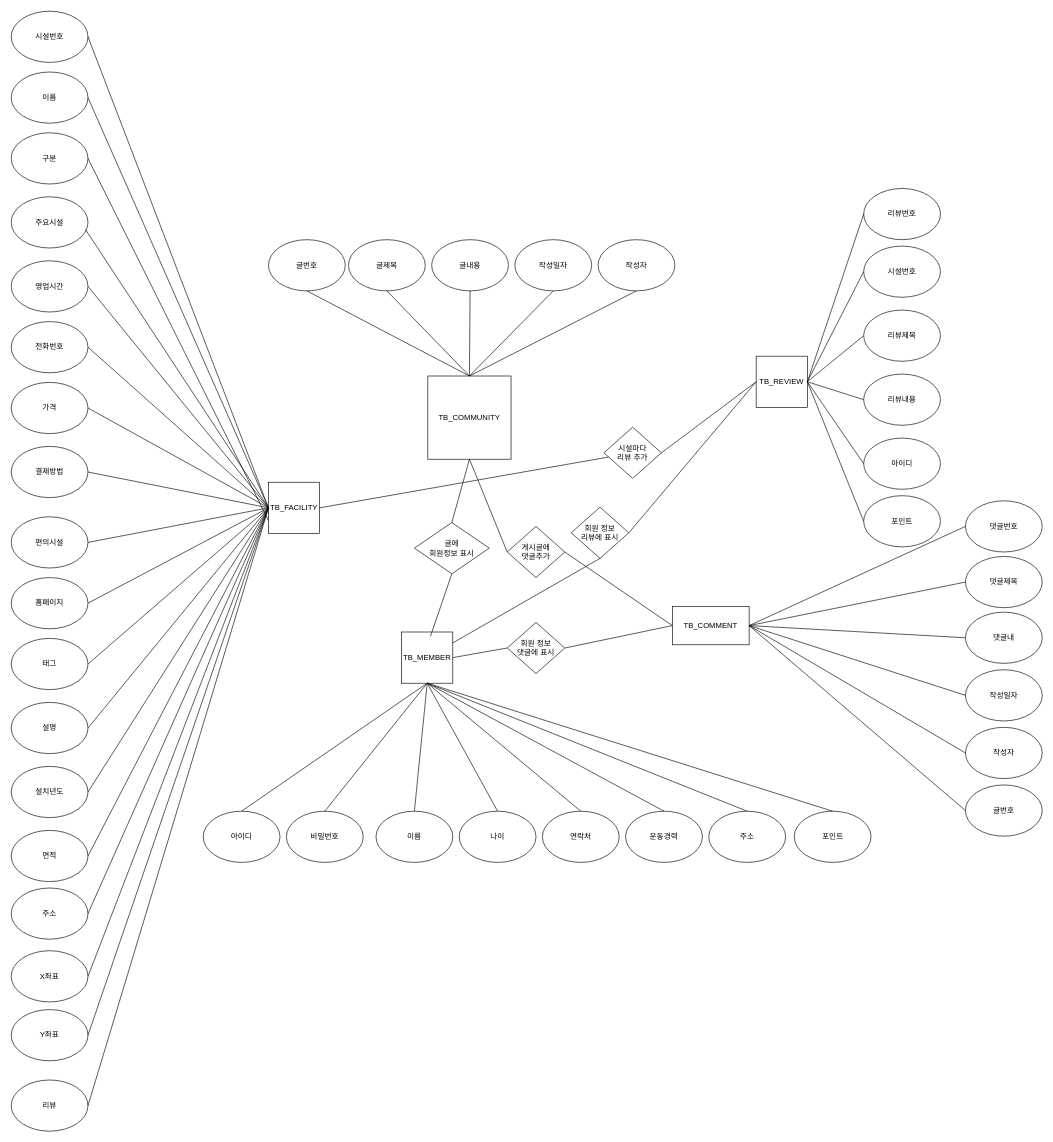
This is document/ER DIAGRAM.drawio from rimgosu/ProjectStudy, a draw.io file, before an edit. Source tidied: cells renumbered, new cells numbered last; positions are measured from the earlier drawing's top-left corner, leaving out a move shared by most shapes. Both pictures are drawn from the tidied source at 64%, with x=0, y=0 at pixel (11, 11).
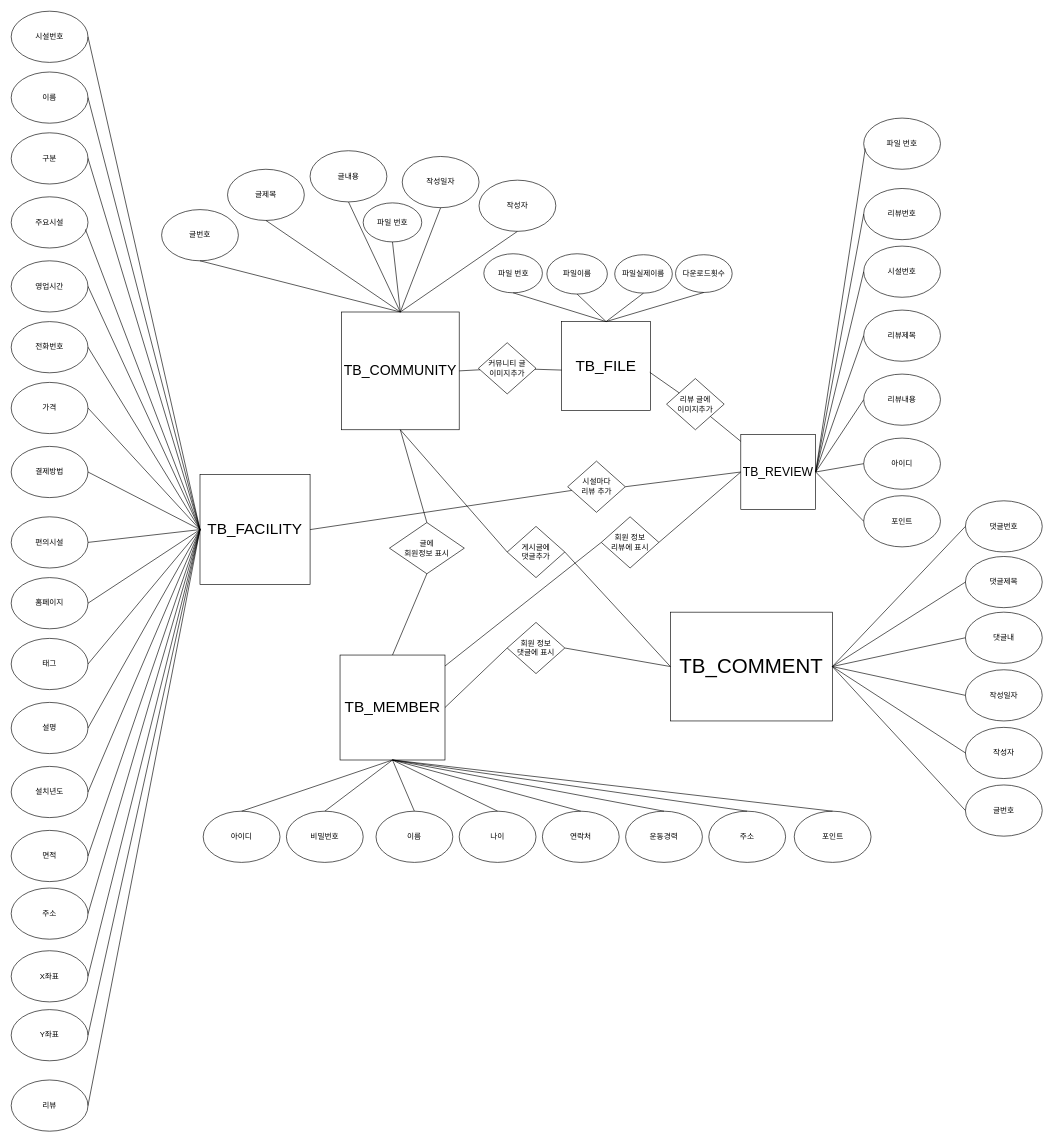
The same page after the edit.

Unchanged cells that the change refers to:
```xml
<mxCell id="7" value="구분" style="ellipse;whiteSpace=wrap;html=1;" parent="1" vertex="1">
  <mxGeometry y="190" width="120" height="80" as="geometry" />
</mxCell>
```

What changed in the source:
```diff
@@
-    <mxCell id="3" value="TB_FACILITY" style="whiteSpace=wrap;html=1;" parent="1" vertex="1">
-      <mxGeometry x="402" y="736" width="80" height="80" as="geometry" />
+    <mxCell id="3" value="&lt;font style=&quot;font-size: 24px;&quot;&gt;TB_FACILITY&lt;/font&gt;" style="whiteSpace=wrap;html=1;" parent="1" vertex="1">
+      <mxGeometry x="295" y="724" width="172" height="172" as="geometry" />
     </mxCell>
@@
-    <mxCell id="8" style="endArrow=none;html=1;rounded=0;exitX=1;exitY=0.5;exitDx=0;exitDy=0;entryX=0;entryY=0.75;entryDx=0;entryDy=0;" parent="1" edge="1" source="7" target="3">
+    <mxCell id="8" style="endArrow=none;html=1;rounded=0;exitX=1;exitY=0.5;exitDx=0;exitDy=0;entryX=0;entryY=0.5;entryDx=0;entryDy=0;" parent="1" edge="1" source="7" target="3">
       <mxGeometry relative="1" as="geometry" />
     </mxCell>
@@
-    <mxCell id="39" value="TB_COMMENT" style="rounded=0;whiteSpace=wrap;html=1;" parent="1" vertex="1">
-      <mxGeometry x="1033" y="930" width="120" height="60" as="geometry" />
+    <mxCell id="39" value="&lt;font style=&quot;font-size: 32px;&quot;&gt;TB_COMMENT&lt;/font&gt;" style="rounded=0;whiteSpace=wrap;html=1;" parent="1" vertex="1">
+      <mxGeometry x="1030" y="939" width="253" height="170" as="geometry" />
     </mxCell>
-    <mxCell id="40" value="TB_REVIEW" style="whiteSpace=wrap;html=1;" parent="1" vertex="1">
-      <mxGeometry x="1164" y="539" width="80" height="80" as="geometry" />
+    <mxCell id="40" value="&lt;font style=&quot;font-size: 19px;&quot;&gt;TB_REVIEW&lt;/font&gt;" style="whiteSpace=wrap;html=1;" parent="1" vertex="1">
+      <mxGeometry x="1140" y="661.5" width="117" height="117" as="geometry" />
     </mxCell>
@@
-    <mxCell id="53" value="TB_MEMBER" style="whiteSpace=wrap;html=1;" parent="1" vertex="1">
-      <mxGeometry x="610" y="970" width="80" height="80" as="geometry" />
+    <mxCell id="53" value="&lt;font style=&quot;font-size: 24px;&quot;&gt;TB_MEMBER&lt;/font&gt;" style="whiteSpace=wrap;html=1;" parent="1" vertex="1">
+      <mxGeometry x="513.8" y="1006" width="164" height="164" as="geometry" />
     </mxCell>
@@
-    <mxCell id="70" value="TB_COMMUNITY" style="whiteSpace=wrap;html=1;" parent="1" vertex="1">
-      <mxGeometry x="651" y="570" width="130" height="130" as="geometry" />
+    <mxCell id="70" value="&lt;font style=&quot;font-size: 22px;&quot;&gt;TB_COMMUNITY&lt;/font&gt;" style="whiteSpace=wrap;html=1;" parent="1" vertex="1">
+      <mxGeometry x="516" y="470" width="184" height="184" as="geometry" />
     </mxCell>
     <mxCell id="71" value="글번호" style="ellipse;whiteSpace=wrap;html=1;" parent="1" vertex="1">
-      <mxGeometry x="402" y="357" width="120" height="80" as="geometry" />
+      <mxGeometry x="235" y="310" width="120" height="80" as="geometry" />
     </mxCell>
     <mxCell id="72" value="글제목" style="ellipse;whiteSpace=wrap;html=1;" parent="1" vertex="1">
-      <mxGeometry x="527" y="357" width="120" height="80" as="geometry" />
+      <mxGeometry x="338" y="247" width="120" height="80" as="geometry" />
     </mxCell>
     <mxCell id="73" value="글내용" style="ellipse;whiteSpace=wrap;html=1;" parent="1" vertex="1">
-      <mxGeometry x="657" y="357" width="120" height="80" as="geometry" />
+      <mxGeometry x="467" y="218" width="120" height="80" as="geometry" />
     </mxCell>
     <mxCell id="74" value="작성일자" style="ellipse;whiteSpace=wrap;html=1;" parent="1" vertex="1">
-      <mxGeometry x="787" y="357" width="120" height="80" as="geometry" />
+      <mxGeometry x="611" y="227" width="120" height="80" as="geometry" />
     </mxCell>
     <mxCell id="75" value="작성자" style="ellipse;whiteSpace=wrap;html=1;" parent="1" vertex="1">
-      <mxGeometry x="917" y="357" width="120" height="80" as="geometry" />
+      <mxGeometry x="731" y="264" width="120" height="80" as="geometry" />
     </mxCell>
@@
     <mxCell id="81" value="시설마다&lt;br&gt;리뷰 추가" style="rhombus;whiteSpace=wrap;html=1;" parent="1" vertex="1">
-      <mxGeometry x="926" y="650" width="90" height="80" as="geometry" />
+      <mxGeometry x="869.5" y="703" width="90" height="80" as="geometry" />
     </mxCell>
@@
     <mxCell id="84" value="회원 정보&lt;br&gt;리뷰에 표시" style="rhombus;whiteSpace=wrap;html=1;" parent="1" vertex="1">
-      <mxGeometry x="875" y="775" width="90" height="80" as="geometry" />
+      <mxGeometry x="922" y="790" width="90" height="80" as="geometry" />
     </mxCell>
@@
-    <mxCell id="86" style="endArrow=none;html=1;rounded=0;entryX=0.5;entryY=1;entryDx=0;entryDy=0;" parent="1" edge="1" source="53" target="84">
+    <mxCell id="86" style="endArrow=none;html=1;rounded=0;entryX=0;entryY=0.5;entryDx=0;entryDy=0;" parent="1" edge="1" source="53" target="84">
       <mxGeometry relative="1" as="geometry" />
     </mxCell>
     <mxCell id="87" value="글에&lt;br&gt;회원정보 표시" style="rhombus;whiteSpace=wrap;html=1;" parent="1" vertex="1">
-      <mxGeometry x="630" y="799" width="117" height="80" as="geometry" />
+      <mxGeometry x="591" y="799" width="117" height="80" as="geometry" />
     </mxCell>
-    <mxCell id="88" style="endArrow=none;html=1;rounded=0;exitX=0.563;exitY=0.087;exitDx=0;exitDy=0;exitPerimeter=0;entryX=0.5;entryY=1;entryDx=0;entryDy=0;" parent="1" edge="1" source="53" target="87">
+    <mxCell id="88" style="endArrow=none;html=1;rounded=0;exitX=0.5;exitY=0;exitDx=0;exitDy=0;entryX=0.5;entryY=1;entryDx=0;entryDy=0;" parent="1" edge="1" source="53" target="87">
       <mxGeometry relative="1" as="geometry" />
     </mxCell>
@@
+    <mxCell id="108" value="&lt;font style=&quot;font-size: 24px;&quot;&gt;TB_FILE&lt;/font&gt;" style="whiteSpace=wrap;html=1;" parent="1" vertex="1">
+      <mxGeometry x="860" y="485" width="139" height="139" as="geometry" />
+    </mxCell>
+    <mxCell id="109" value="파일 번호" style="ellipse;whiteSpace=wrap;html=1;" parent="1" vertex="1">
+      <mxGeometry x="738.5" y="379" width="91.5" height="61" as="geometry" />
+    </mxCell>
+    <mxCell id="110" value="파일이름" style="ellipse;whiteSpace=wrap;html=1;" parent="1" vertex="1">
+      <mxGeometry x="837" y="379" width="94.5" height="63" as="geometry" />
+    </mxCell>
+    <mxCell id="111" value="파일실제이름" style="ellipse;whiteSpace=wrap;html=1;" parent="1" vertex="1">
+      <mxGeometry x="943" y="380.5" width="90" height="60" as="geometry" />
+    </mxCell>
+    <mxCell id="112" value="다운로드횟수" style="ellipse;whiteSpace=wrap;html=1;" parent="1" vertex="1">
+      <mxGeometry x="1038" y="380.5" width="88.5" height="59" as="geometry" />
+    </mxCell>
+    <mxCell id="113" style="endArrow=none;html=1;rounded=0;entryX=0.5;entryY=1;entryDx=0;entryDy=0;exitX=0.5;exitY=0;exitDx=0;exitDy=0;" parent="1" edge="1" source="108" target="109">
+      <mxGeometry relative="1" as="geometry" />
+    </mxCell>
+    <mxCell id="114" style="endArrow=none;html=1;rounded=0;entryX=0.5;entryY=1;entryDx=0;entryDy=0;exitX=0.5;exitY=0;exitDx=0;exitDy=0;" parent="1" edge="1" source="108" target="110">
+      <mxGeometry relative="1" as="geometry" />
+    </mxCell>
+    <mxCell id="115" style="endArrow=none;html=1;rounded=0;entryX=0.5;entryY=1;entryDx=0;entryDy=0;exitX=0.5;exitY=0;exitDx=0;exitDy=0;" parent="1" edge="1" source="108" target="111">
+      <mxGeometry relative="1" as="geometry" />
+    </mxCell>
+    <mxCell id="116" style="endArrow=none;html=1;rounded=0;entryX=0.5;entryY=1;entryDx=0;entryDy=0;exitX=0.5;exitY=0;exitDx=0;exitDy=0;" parent="1" edge="1" source="108" target="112">
+      <mxGeometry relative="1" as="geometry" />
+    </mxCell>
+    <mxCell id="117" value="리뷰 글에&lt;br&gt;이미지추가" style="rhombus;whiteSpace=wrap;html=1;" parent="1" vertex="1">
+      <mxGeometry x="1024" y="574" width="90" height="80" as="geometry" />
+    </mxCell>
+    <mxCell id="118" style="endArrow=none;html=1;rounded=0;exitX=0.991;exitY=0.57;exitDx=0;exitDy=0;exitPerimeter=0;" parent="1" edge="1" source="108" target="117">
+      <mxGeometry relative="1" as="geometry" />
+    </mxCell>
+    <mxCell id="119" style="endArrow=none;html=1;rounded=0;" parent="1" edge="1" source="117" target="40">
+      <mxGeometry relative="1" as="geometry" />
+    </mxCell>
+    <mxCell id="120" value="파일 번호" style="ellipse;whiteSpace=wrap;html=1;" parent="1" vertex="1">
+      <mxGeometry x="1332" y="167" width="120" height="80" as="geometry" />
+    </mxCell>
+    <mxCell id="121" style="endArrow=none;html=1;rounded=0;entryX=0.021;entryY=0.592;entryDx=0;entryDy=0;entryPerimeter=0;exitX=1;exitY=0.5;exitDx=0;exitDy=0;" parent="1" edge="1" source="40" target="120">
+      <mxGeometry relative="1" as="geometry" />
+    </mxCell>
+    <mxCell id="122" value="파일 번호" style="ellipse;whiteSpace=wrap;html=1;" parent="1" vertex="1">
+      <mxGeometry x="550" y="299.5" width="91.5" height="61" as="geometry" />
+    </mxCell>
+    <mxCell id="123" style="endArrow=none;html=1;rounded=0;entryX=0.5;entryY=1;entryDx=0;entryDy=0;exitX=0.5;exitY=0;exitDx=0;exitDy=0;" parent="1" edge="1" source="70" target="122">
+      <mxGeometry relative="1" as="geometry" />
+    </mxCell>
+    <mxCell id="124" value="커뮤니티 글&lt;br&gt;이미지추가" style="rhombus;whiteSpace=wrap;html=1;" parent="1" vertex="1">
+      <mxGeometry x="730" y="518" width="90" height="80" as="geometry" />
+    </mxCell>
+    <mxCell id="125" style="endArrow=none;html=1;rounded=0;exitX=1;exitY=0.5;exitDx=0;exitDy=0;" parent="1" edge="1" source="70" target="124">
+      <mxGeometry relative="1" as="geometry" />
+    </mxCell>
+    <mxCell id="126" style="endArrow=none;html=1;rounded=0;entryX=0.001;entryY=0.545;entryDx=0;entryDy=0;entryPerimeter=0;" parent="1" edge="1" source="124" target="108">
+      <mxGeometry relative="1" as="geometry" />
+    </mxCell>
```
